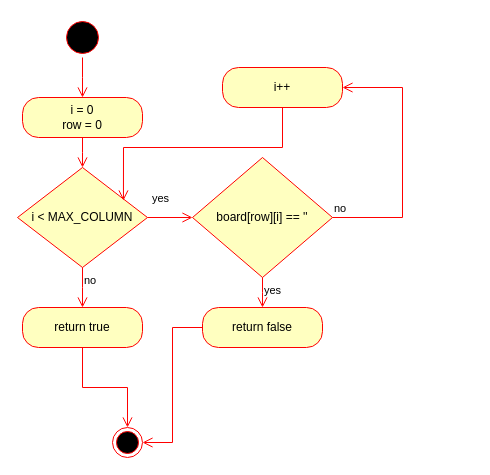
Earlier version of the draw.io diagram DRAW_IO/checkTie_AD.drawio (c-tollison/extendedConnectX). Source tidied: cells renumbered, new cells numbered last; positions are measured from the earlier drawing's top-left corner, leaving out a move shared by most shapes. Both pictures are drawn from the tidied source at 100%, with x=0, y=0 at pixel (17, 17).
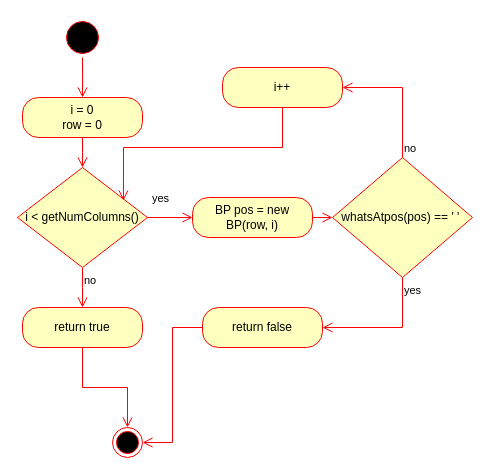
The same diagram, later.

The change refers to these unchanged cells:
```xml
<mxCell id="12" value="return false" style="rounded=1;whiteSpace=wrap;html=1;arcSize=40;fontColor=#000000;fillColor=#ffffc0;strokeColor=#ff0000;" parent="1" vertex="1">
  <mxGeometry x="185" y="290" width="120" height="40" as="geometry" />
</mxCell>
```

What changed in the source:
```diff
@@
-    <mxCell id="6" value="i &amp;lt; MAX_COLUMN" style="rhombus;whiteSpace=wrap;html=1;fillColor=#ffffc0;strokeColor=#ff0000;" parent="1" vertex="1">
+    <mxCell id="6" value="i &amp;lt; getNumColumns()" style="rhombus;whiteSpace=wrap;html=1;fillColor=#ffffc0;strokeColor=#ff0000;" parent="1" vertex="1">
       <mxGeometry y="150" width="130" height="100" as="geometry" />
     </mxCell>
@@
-    <mxCell id="9" value="board[row][i] == ''" style="rhombus;whiteSpace=wrap;html=1;fillColor=#ffffc0;strokeColor=#ff0000;" parent="1" vertex="1">
-      <mxGeometry x="175" y="140" width="140" height="120" as="geometry" />
+    <mxCell id="9" value="whatsAtpos(pos) == ' '&amp;nbsp;" style="rhombus;whiteSpace=wrap;html=1;fillColor=#ffffc0;strokeColor=#ff0000;" parent="1" vertex="1">
+      <mxGeometry x="315" y="140" width="140" height="120" as="geometry" />
     </mxCell>
@@
-    <mxCell id="11" value="yes" style="edgeStyle=orthogonalEdgeStyle;html=1;align=left;verticalAlign=top;endArrow=open;endSize=8;strokeColor=#ff0000;rounded=0;" parent="1" edge="1" source="9">
+    <mxCell id="11" value="yes" style="edgeStyle=orthogonalEdgeStyle;html=1;align=left;verticalAlign=top;endArrow=open;endSize=8;strokeColor=#ff0000;rounded=0;entryX=1;entryY=0.5;entryDx=0;entryDy=0;" parent="1" edge="1" source="9" target="12">
       <mxGeometry x="-1" relative="1" as="geometry">
-        <mxPoint x="245" y="290" as="targetPoint" />
+        <Array as="points">
+          <mxPoint x="385" y="310" />
+        </Array>
       </mxGeometry>
     </mxCell>
@@
+    <mxCell id="19" value="BP pos = new BP(row, i)" style="rounded=1;whiteSpace=wrap;html=1;arcSize=40;fontColor=#000000;fillColor=#ffffc0;strokeColor=#ff0000;" parent="1" vertex="1">
+      <mxGeometry x="175" y="180" width="120" height="40" as="geometry" />
+    </mxCell>
+    <mxCell id="20" style="edgeStyle=orthogonalEdgeStyle;html=1;verticalAlign=bottom;endArrow=open;endSize=8;strokeColor=#ff0000;rounded=0;entryX=0;entryY=0.5;entryDx=0;entryDy=0;" parent="1" edge="1" source="19" target="9">
+      <mxGeometry relative="1" as="geometry" />
+    </mxCell>
```
